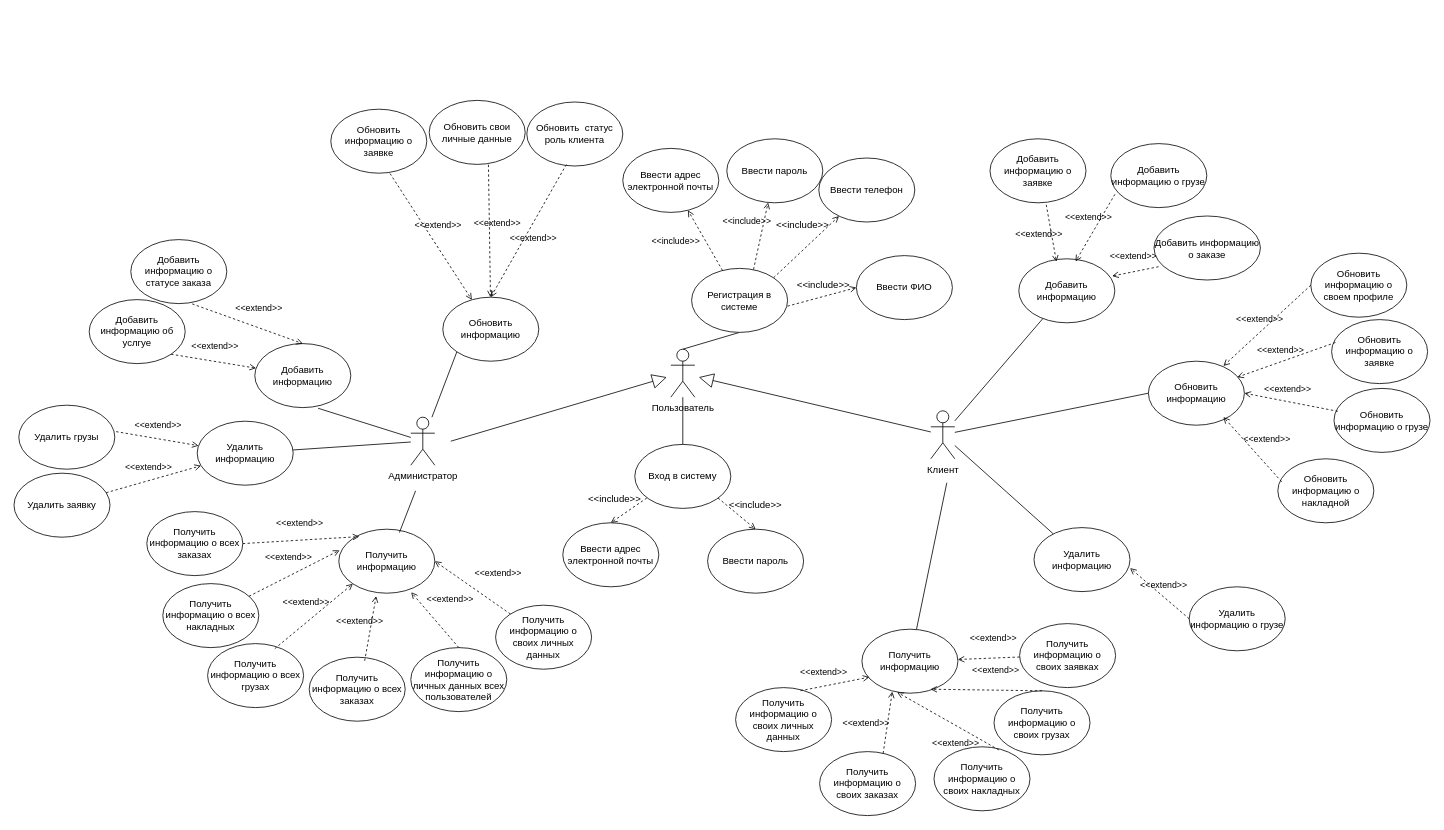
Above: kursachIspolzovanie.drawio in Alexander-Bankov/draw (draw.io), before the change. Source tidied: cells renumbered, new cells numbered last; positions are measured from the earlier drawing's top-left corner, leaving out a move shared by most shapes. Both pictures are drawn from the tidied source at 80%, with x=0, y=0 at pixel (14, 100).
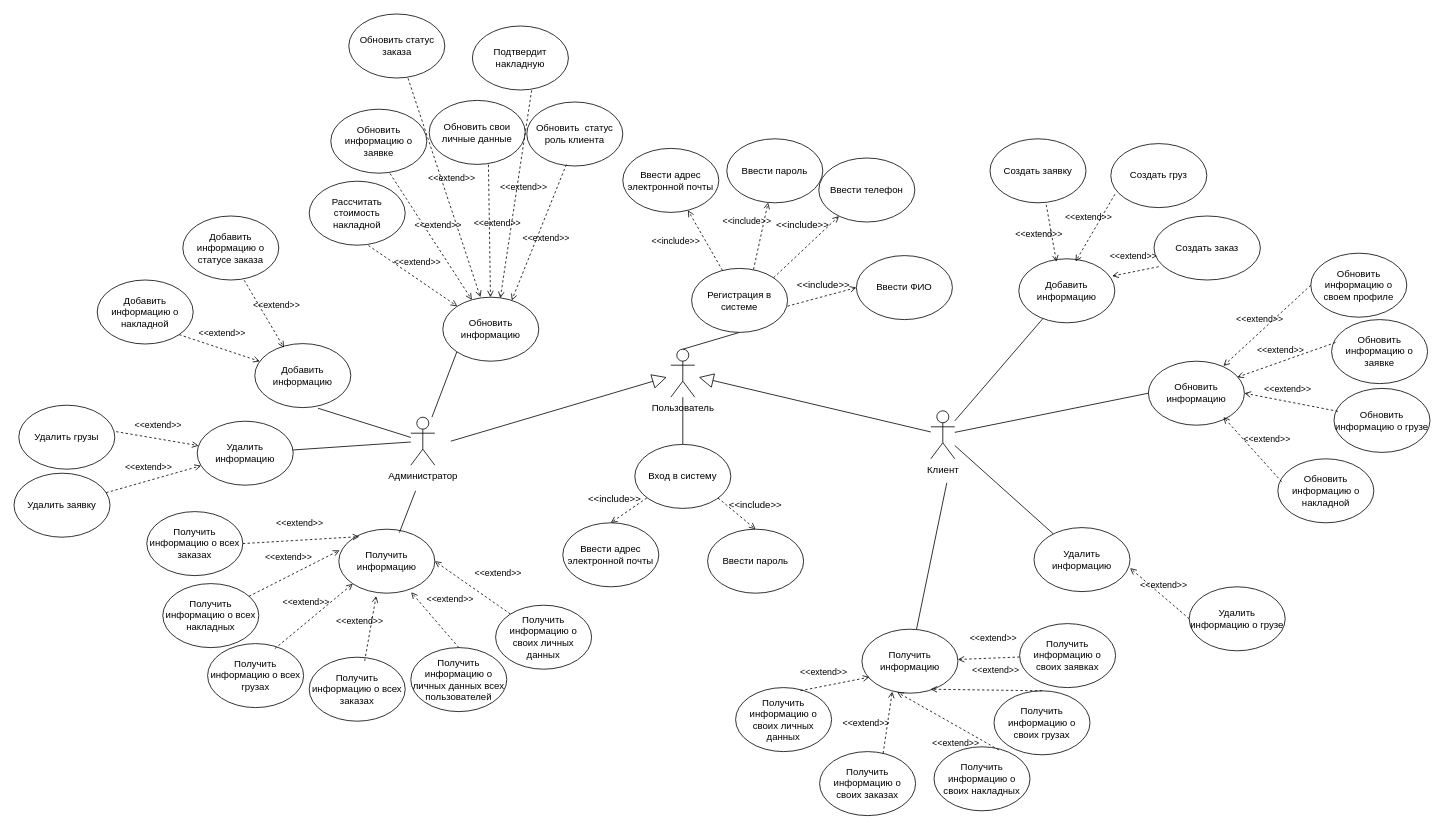
After the change.

The change refers to these unchanged cells:
```xml
<mxCell id="39" value="Добавить информацию" style="ellipse;whiteSpace=wrap;html=1;" parent="1" vertex="1">
  <mxGeometry x="301" y="304" width="120" height="80" as="geometry" />
</mxCell>
<mxCell id="61" value="Обновить информацию" style="ellipse;whiteSpace=wrap;html=1;" parent="1" vertex="1">
  <mxGeometry x="536" y="246" width="120" height="80" as="geometry" />
</mxCell>
<mxCell id="64" value="Обновить&amp;nbsp; статус роль клиента" style="ellipse;whiteSpace=wrap;html=1;" parent="1" vertex="1">
  <mxGeometry x="641" y="2" width="120" height="80" as="geometry" />
</mxCell>
```

The edit, as a diff of the source:
```diff
@@
-    <mxCell id="24" value="Добавить информацию о заявке" style="ellipse;whiteSpace=wrap;html=1;" parent="1" vertex="1">
+    <mxCell id="24" value="Создать заявку" style="ellipse;whiteSpace=wrap;html=1;" parent="1" vertex="1">
       <mxGeometry x="1220" y="48" width="120" height="80" as="geometry" />
     </mxCell>
@@
-    <mxCell id="31" value="Добавить информацию о грузе" style="ellipse;whiteSpace=wrap;html=1;" parent="1" vertex="1">
+    <mxCell id="31" value="Создать груз" style="ellipse;whiteSpace=wrap;html=1;" parent="1" vertex="1">
       <mxGeometry x="1371" y="54" width="120" height="80" as="geometry" />
     </mxCell>
@@
-    <mxCell id="56" value="Добавить информацию об услгуе" style="ellipse;whiteSpace=wrap;html=1;" parent="1" vertex="1">
-      <mxGeometry x="94" y="249" width="120" height="80" as="geometry" />
+    <mxCell id="56" value="Добавить информацию о накладной" style="ellipse;whiteSpace=wrap;html=1;" parent="1" vertex="1">
+      <mxGeometry x="104" y="224.5" width="120" height="80" as="geometry" />
     </mxCell>
@@
     <mxCell id="58" value="Добавить информацию о статусе заказа" style="ellipse;whiteSpace=wrap;html=1;" parent="1" vertex="1">
-      <mxGeometry x="146" y="174" width="120" height="80" as="geometry" />
+      <mxGeometry x="211" y="144.5" width="120" height="80" as="geometry" />
     </mxCell>
-    <mxCell id="59" value="&amp;lt;&amp;lt;extend&amp;gt;&amp;gt;" style="html=1;verticalAlign=bottom;labelBackgroundColor=none;endArrow=open;endFill=0;dashed=1;rounded=0;exitX=0.64;exitY=1.005;exitDx=0;exitDy=0;entryX=0.5;entryY=0;entryDx=0;entryDy=0;exitPerimeter=0;" parent="1" edge="1" source="58" target="39">
+    <mxCell id="59" value="&amp;lt;&amp;lt;extend&amp;gt;&amp;gt;" style="html=1;verticalAlign=bottom;labelBackgroundColor=none;endArrow=open;endFill=0;dashed=1;rounded=0;exitX=0.64;exitY=1.005;exitDx=0;exitDy=0;entryX=0.304;entryY=0.064;entryDx=0;entryDy=0;exitPerimeter=0;entryPerimeter=0;" parent="1" edge="1" source="58" target="39">
       <mxGeometry x="0.13" y="14" relative="1" as="geometry" />
     </mxCell>
@@
-    <mxCell id="65" value="&amp;lt;&amp;lt;extend&amp;gt;&amp;gt;" style="html=1;verticalAlign=bottom;labelBackgroundColor=none;endArrow=open;endFill=0;dashed=1;rounded=0;exitX=0.412;exitY=0.977;exitDx=0;exitDy=0;entryX=0.5;entryY=0;entryDx=0;entryDy=0;exitPerimeter=0;" parent="1" edge="1" source="64" target="61">
+    <mxCell id="65" value="&amp;lt;&amp;lt;extend&amp;gt;&amp;gt;" style="html=1;verticalAlign=bottom;labelBackgroundColor=none;endArrow=open;endFill=0;dashed=1;rounded=0;exitX=0.412;exitY=0.977;exitDx=0;exitDy=0;entryX=0.718;entryY=0.051;entryDx=0;entryDy=0;exitPerimeter=0;entryPerimeter=0;" parent="1" edge="1" source="64" target="61">
       <mxGeometry x="0.13" y="14" relative="1" as="geometry" />
     </mxCell>
@@
-    <mxCell id="87" value="Добавить информацию о заказе" style="ellipse;whiteSpace=wrap;html=1;" parent="1" vertex="1">
+    <mxCell id="87" value="Создать заказ" style="ellipse;whiteSpace=wrap;html=1;" parent="1" vertex="1">
       <mxGeometry x="1425" y="144.5" width="133" height="80" as="geometry" />
     </mxCell>
@@
+    <mxCell id="95" value="Рассчитать стоимость накладной" style="ellipse;whiteSpace=wrap;html=1;" parent="1" vertex="1">
+      <mxGeometry x="369" y="101" width="120" height="80" as="geometry" />
+    </mxCell>
+    <mxCell id="96" value="&amp;lt;&amp;lt;extend&amp;gt;&amp;gt;" style="html=1;verticalAlign=bottom;labelBackgroundColor=none;endArrow=open;endFill=0;dashed=1;rounded=0;exitX=0.617;exitY=1.005;exitDx=0;exitDy=0;exitPerimeter=0;" parent="1" edge="1" source="95" target="61">
+      <mxGeometry y="10" relative="1" as="geometry" />
+    </mxCell>
+    <mxCell id="97" value="Подтвердит накладную" style="ellipse;whiteSpace=wrap;html=1;" parent="1" vertex="1">
+      <mxGeometry x="573" y="-93" width="120" height="80" as="geometry" />
+    </mxCell>
+    <mxCell id="98" value="&amp;lt;&amp;lt;extend&amp;gt;&amp;gt;" style="html=1;verticalAlign=bottom;labelBackgroundColor=none;endArrow=open;endFill=0;dashed=1;rounded=0;exitX=0.617;exitY=1.005;exitDx=0;exitDy=0;exitPerimeter=0;entryX=0.599;entryY=0.015;entryDx=0;entryDy=0;entryPerimeter=0;" parent="1" edge="1" source="97" target="61">
+      <mxGeometry y="10" relative="1" as="geometry" />
+    </mxCell>
+    <mxCell id="99" value="Обновить статус заказа" style="ellipse;whiteSpace=wrap;html=1;" parent="1" vertex="1">
+      <mxGeometry x="418.5" y="-108" width="120" height="80" as="geometry" />
+    </mxCell>
+    <mxCell id="100" value="&amp;lt;&amp;lt;extend&amp;gt;&amp;gt;" style="html=1;verticalAlign=bottom;labelBackgroundColor=none;endArrow=open;endFill=0;dashed=1;rounded=0;exitX=0.617;exitY=1.005;exitDx=0;exitDy=0;exitPerimeter=0;entryX=0.392;entryY=0;entryDx=0;entryDy=0;entryPerimeter=0;" parent="1" edge="1" source="99" target="61">
+      <mxGeometry y="10" relative="1" as="geometry" />
+    </mxCell>
```
